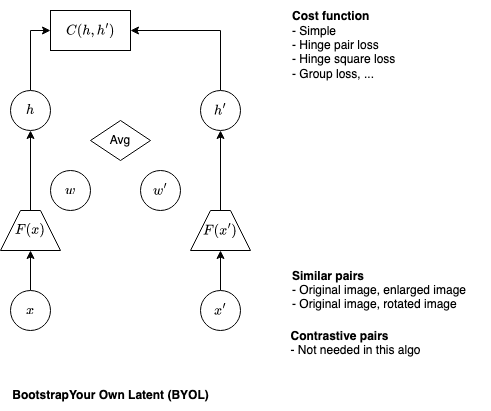
This is machine_learning/diagrams/byol.drawio.png from analytiq-hub/sigagent.github.io, a draw.io export, as it was before one commit. Source tidied: cells renumbered, new cells last; positions are measured from the earlier drawing's top-left corner, leaving out a move shared by most shapes.
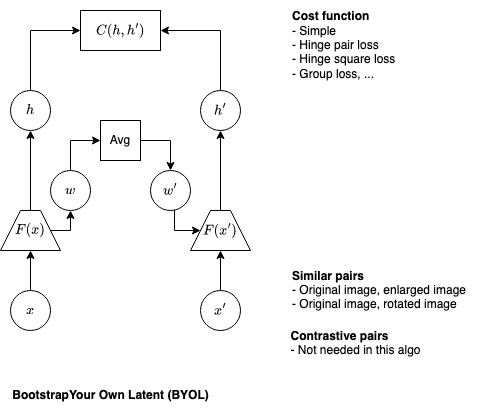
Above is the later version.

Diff of the diagram source:
```diff
@@ -48,7 +48,7 @@
       <mxGeometry x="10" y="90" width="40" height="40" as="geometry" />
     </mxCell>
     <mxCell id="12" value="$$C(h,h')$$" style="rounded=0;whiteSpace=wrap;html=1;" parent="1" vertex="1">
-      <mxGeometry x="50" y="10" width="80" height="40" as="geometry" />
+      <mxGeometry x="80" y="10" width="80" height="40" as="geometry" />
     </mxCell>
     <mxCell id="13" value="&lt;div align=&quot;left&quot;&gt;&lt;b&gt;Similar pairs&lt;/b&gt;&lt;/div&gt;&lt;div align=&quot;left&quot;&gt;- Original image, enlarged image&lt;/div&gt;&lt;div align=&quot;left&quot;&gt;- Original image, rotated image&lt;br&gt;&lt;/div&gt;" style="text;html=1;align=left;verticalAlign=middle;strokeColor=none;fillColor=none;" parent="1" vertex="1">
       <mxGeometry x="290" y="260" width="200" height="60" as="geometry" />
@@ -65,20 +65,36 @@
     <mxCell id="17" value="&lt;div align=&quot;left&quot;&gt;&lt;b&gt;Cost function&lt;/b&gt;&lt;br&gt;&lt;/div&gt;&lt;div align=&quot;left&quot;&gt;- Simple&lt;/div&gt;&lt;div align=&quot;left&quot;&gt;- Hinge pair loss&lt;/div&gt;&lt;div align=&quot;left&quot;&gt;- Hinge square loss&lt;/div&gt;&lt;div align=&quot;left&quot;&gt;- Group loss, ...&lt;br&gt;&lt;/div&gt;" style="text;html=1;align=left;verticalAlign=middle;strokeColor=none;fillColor=none;" parent="1" vertex="1">
       <mxGeometry x="290" width="130" height="90" as="geometry" />
     </mxCell>
+    <mxCell id="23" style="edgeStyle=orthogonalEdgeStyle;rounded=0;jettySize=auto;html=1;exitX=1;exitY=0.5;exitDx=0;exitDy=0;entryX=0.5;entryY=1;entryDx=0;entryDy=0;" parent="1" edge="1" source="18" target="20">
+      <mxGeometry relative="1" as="geometry" />
+    </mxCell>
     <mxCell id="18" value="$$F(x)$$" style="shape=trapezoid;perimeter=trapezoidPerimeter;whiteSpace=wrap;html=1;fixedSize=1;" parent="1" vertex="1">
       <mxGeometry y="210" width="60" height="40" as="geometry" />
     </mxCell>
     <mxCell id="19" value="$$F(x')$$" style="shape=trapezoid;perimeter=trapezoidPerimeter;whiteSpace=wrap;html=1;fixedSize=1;" parent="1" vertex="1">
       <mxGeometry x="190" y="210" width="60" height="40" as="geometry" />
     </mxCell>
+    <mxCell id="24" style="edgeStyle=orthogonalEdgeStyle;rounded=0;jettySize=auto;html=1;exitX=0.5;exitY=0;exitDx=0;exitDy=0;entryX=0;entryY=0.5;entryDx=0;entryDy=0;" parent="1" edge="1" source="20" target="21">
+      <mxGeometry relative="1" as="geometry" />
+    </mxCell>
     <mxCell id="20" value="$$w$$" style="ellipse;whiteSpace=wrap;html=1;" parent="1" vertex="1">
       <mxGeometry x="50" y="170" width="40" height="40" as="geometry" />
     </mxCell>
+    <mxCell id="25" style="edgeStyle=orthogonalEdgeStyle;rounded=0;jettySize=auto;html=1;exitX=1;exitY=1;exitDx=0;exitDy=0;" parent="1" edge="1" source="22" target="19">
+      <mxGeometry relative="1" as="geometry">
+        <Array as="points">
+          <mxPoint x="174" y="230" />
+        </Array>
+      </mxGeometry>
+    </mxCell>
+    <mxCell id="22" value="$$w'$$" style="ellipse;whiteSpace=wrap;html=1;" parent="1" vertex="1">
+      <mxGeometry x="150" y="170" width="40" height="40" as="geometry" />
+    </mxCell>
+    <mxCell id="26" style="edgeStyle=orthogonalEdgeStyle;rounded=0;jettySize=auto;html=1;exitX=1;exitY=0.5;exitDx=0;exitDy=0;entryX=0.5;entryY=0;entryDx=0;entryDy=0;" parent="1" edge="1" source="21" target="22">
+      <mxGeometry relative="1" as="geometry" />
+    </mxCell>
-    <mxCell id="21" value="Avg" style="rhombus;whiteSpace=wrap;html=1;" parent="1" vertex="1">
-      <mxGeometry x="90" y="120" width="60" height="40" as="geometry" />
+    <mxCell id="21" value="Avg" style="whiteSpace=wrap;html=1;" parent="1" vertex="1">
+      <mxGeometry x="100" y="120" width="40" height="40" as="geometry" />
     </mxCell>
-    <mxCell id="22" value="$$w'$$" style="ellipse;whiteSpace=wrap;html=1;" parent="1" vertex="1">
-      <mxGeometry x="140" y="170" width="40" height="40" as="geometry" />
-    </mxCell>
   </root>
 </mxGraphModel>
```
